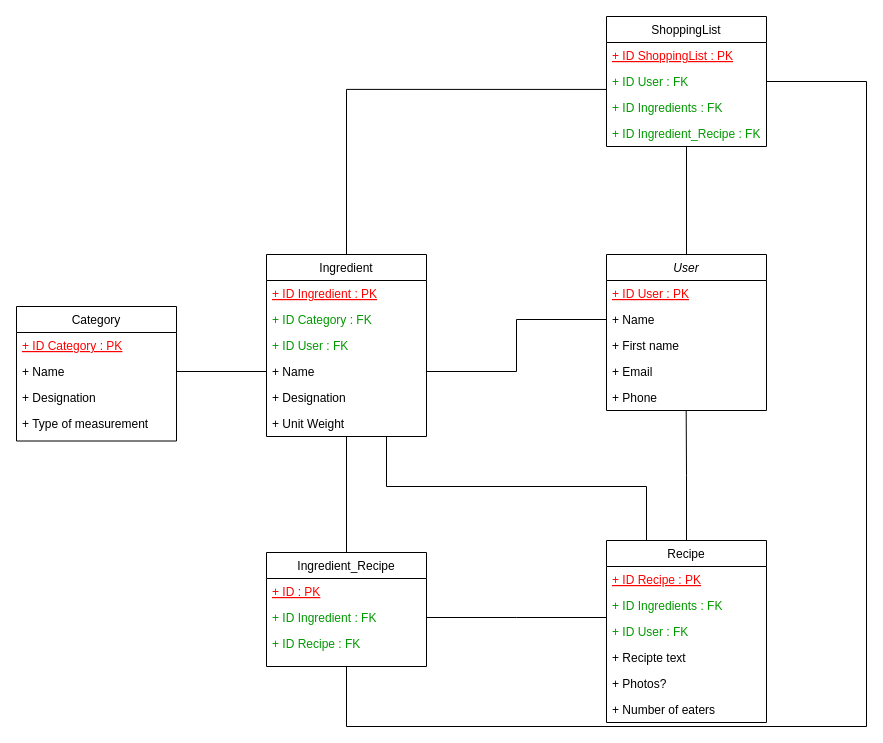
Earlier version of the draw.io diagram corlis_MLD.drawio (xForainx/corlis). Source tidied: cells renumbered, new cells numbered last; positions are measured from the earlier drawing's top-left corner, leaving out a move shared by most shapes. Both pictures are drawn from the tidied source at 100%, with x=0, y=0 at pixel (16, 16).
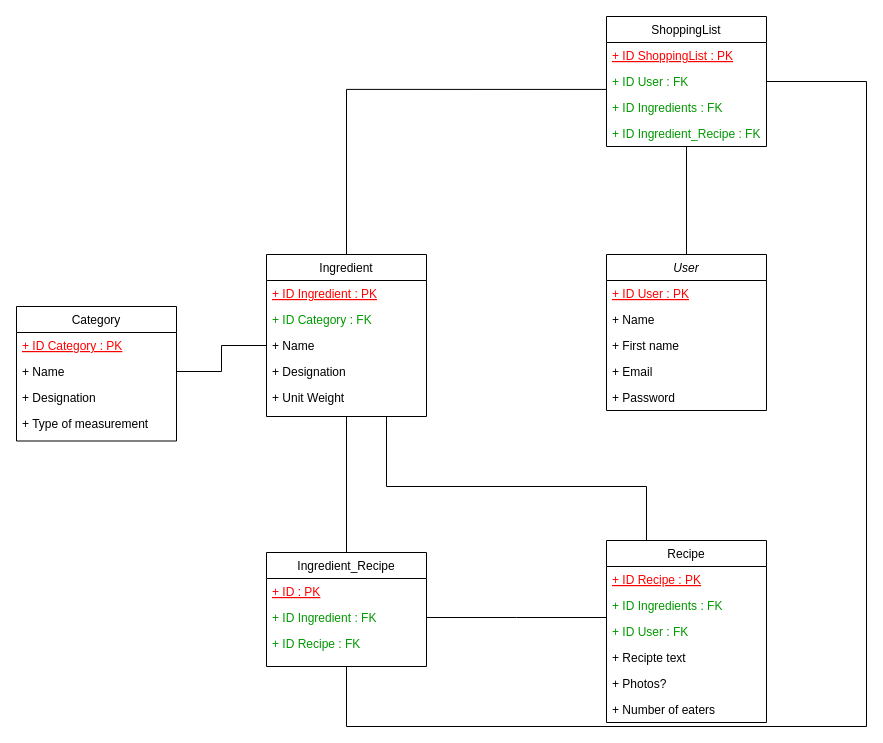
After the change.

Commit message:
Mettre à jour corlis_MLD.drawio

The change refers to these unchanged cells:
```xml
<mxCell id="3" value="User" style="swimlane;fontStyle=2;align=center;verticalAlign=top;horizontal=1;startSize=26;rounded=0;shadow=0;strokeWidth=1;" parent="1" vertex="1">
  <mxGeometry x="590" y="238" width="160" height="156" as="geometry" />
</mxCell>
<mxCell id="5" value="+ Name" style="text;align=left;verticalAlign=top;spacingLeft=4;spacingRight=4;overflow=hidden;points=[[0,0.5],[1,0.5]];portConstraint=eastwest;rounded=0;shadow=0;html=0;" parent="3" vertex="1">
  <mxGeometry y="52" width="160" height="26" as="geometry" />
</mxCell>
<mxCell id="20" value="Recipe" style="swimlane;fontStyle=0;align=center;verticalAlign=top;horizontal=1;startSize=26;rounded=0;shadow=0;strokeWidth=1;" parent="1" vertex="1">
  <mxGeometry x="590" y="524" width="160" height="182" as="geometry" />
</mxCell>
```

What changed in the source:
```diff
@@
-    <mxCell id="8" value="+ Phone" style="text;align=left;verticalAlign=top;spacingLeft=4;spacingRight=4;overflow=hidden;points=[[0,0.5],[1,0.5]];portConstraint=eastwest;" parent="3" vertex="1">
-      <mxGeometry y="130" width="160" height="26" as="geometry" />
-    </mxCell>
+    <mxCell id="45" value="+ Password" style="text;align=left;verticalAlign=top;spacingLeft=4;spacingRight=4;overflow=hidden;" parent="3" vertex="1">
+      <mxGeometry y="130" width="160" height="26" as="geometry" />
+    </mxCell>
@@
     <mxCell id="12" value="Ingredient" style="swimlane;fontStyle=0;align=center;verticalAlign=top;horizontal=1;startSize=26;rounded=0;shadow=0;strokeWidth=1;" parent="1" vertex="1">
-      <mxGeometry x="250" y="238" width="160" height="182" as="geometry" />
+      <mxGeometry x="250" y="238" width="160" height="162" as="geometry" />
     </mxCell>
@@
-    <mxCell id="15" value="+ ID User : FK" style="text;align=left;verticalAlign=top;spacingLeft=4;spacingRight=4;overflow=hidden;rounded=0;shadow=0;html=0;fontColor=#009900;" parent="12" vertex="1">
-      <mxGeometry y="78" width="160" height="26" as="geometry" />
-    </mxCell>
     <mxCell id="16" value="+ Name" style="text;align=left;verticalAlign=top;spacingLeft=4;spacingRight=4;overflow=hidden;points=[[0,0.5],[1,0.5]];portConstraint=eastwest;rounded=0;shadow=0;html=0;" parent="12" vertex="1">
-      <mxGeometry y="104" width="160" height="26" as="geometry" />
+      <mxGeometry y="78" width="160" height="26" as="geometry" />
     </mxCell>
     <mxCell id="17" value="+ Designation" style="text;align=left;verticalAlign=top;spacingLeft=4;spacingRight=4;overflow=hidden;rounded=0;shadow=0;html=0;" parent="12" vertex="1">
-      <mxGeometry y="130" width="160" height="26" as="geometry" />
+      <mxGeometry y="104" width="160" height="26" as="geometry" />
     </mxCell>
     <mxCell id="18" value="+ Unit Weight" style="text;align=left;verticalAlign=top;spacingLeft=4;spacingRight=4;overflow=hidden;rounded=0;shadow=0;html=0;" parent="12" vertex="1">
-      <mxGeometry y="156" width="160" height="26" as="geometry" />
+      <mxGeometry y="130" width="160" height="26" as="geometry" />
     </mxCell>
-    <mxCell id="19" style="edgeStyle=orthogonalEdgeStyle;rounded=0;jettySize=auto;html=1;exitX=0.5;exitY=0;exitDx=0;exitDy=0;endArrow=none;endFill=0;entryX=0.498;entryY=0.996;entryDx=0;entryDy=0;entryPerimeter=0;" parent="1" edge="1" source="20" target="8">
-      <mxGeometry relative="1" as="geometry" />
-    </mxCell>
@@
-    <mxCell id="38" style="edgeStyle=orthogonalEdgeStyle;rounded=0;jettySize=auto;html=1;exitX=1;exitY=0.5;exitDx=0;exitDy=0;entryX=0;entryY=0.5;entryDx=0;entryDy=0;endArrow=none;endFill=0;" parent="1" edge="1" source="16" target="5">
-      <mxGeometry relative="1" as="geometry" />
-    </mxCell>
```
